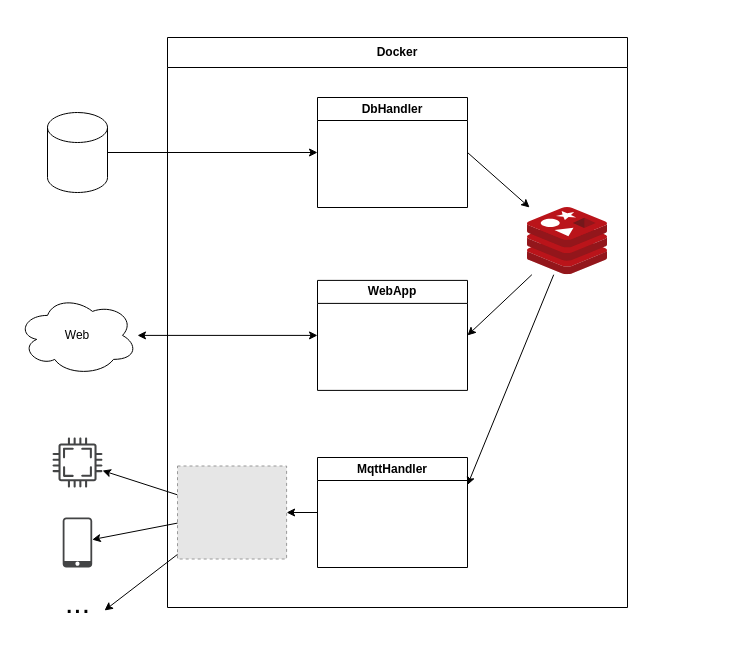
RavazziniAndrea/Tesi keeps this draw.io diagram as Diagrammi/DiagGenerale.drawio. Above is the earlier version. Source tidied: cells renumbered, new cells numbered last; positions are measured from the earlier drawing's top-left corner, leaving out a move shared by most shapes. Both pictures are drawn from the tidied source at 100%, with x=0, y=0 at pixel (17, 37). Pictures stored in the file or linked from it are replaced by grey dashed boxes.
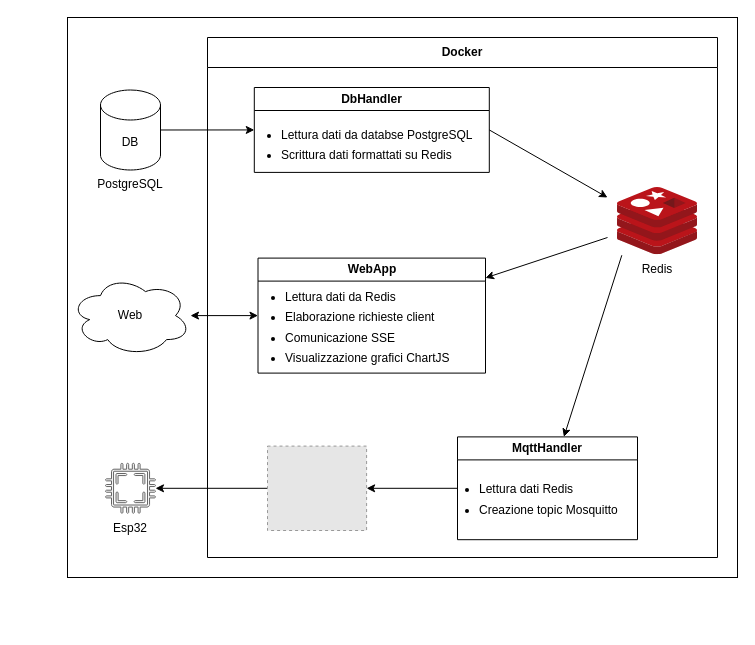
The same diagram, later.

What changed in the source:
```diff
@@
+    <mxCell id="22" style="rounded=0;whiteSpace=wrap;html=1;" parent="1" vertex="1">
+      <mxGeometry x="50" y="-20" width="670" height="560" as="geometry" />
+    </mxCell>
-    <mxCell id="2" style="shape=cylinder3;whiteSpace=wrap;html=1;boundedLbl=1;backgroundOutline=1;size=15;" parent="1" vertex="1">
-      <mxGeometry x="30" y="75" width="60" height="80" as="geometry" />
+    <mxCell id="2" value="DB" style="shape=cylinder3;whiteSpace=wrap;html=1;boundedLbl=1;backgroundOutline=1;size=15;" parent="1" vertex="1">
+      <mxGeometry x="83" y="52.5" width="60" height="80" as="geometry" />
     </mxCell>
@@
     <mxCell id="4" value="Web" style="ellipse;shape=cloud;whiteSpace=wrap;html=1;" parent="1" vertex="1">
-      <mxGeometry y="257.9" width="120" height="80" as="geometry" />
+      <mxGeometry x="53" y="238.1" width="120" height="80" as="geometry" />
     </mxCell>
@@
     <mxCell id="7" value="Docker" style="swimlane;whiteSpace=wrap;html=1;startSize=30;" parent="1" vertex="1">
-      <mxGeometry x="150" width="460" height="570" as="geometry" />
+      <mxGeometry x="190" width="510" height="520" as="geometry" />
     </mxCell>
     <mxCell id="8" value="DbHandler" style="swimlane;whiteSpace=wrap;html=1;" parent="7" vertex="1">
-      <mxGeometry x="150" y="60" width="150" height="110" as="geometry" />
+      <mxGeometry x="46.8" y="50" width="235" height="84.9" as="geometry" />
     </mxCell>
+    <mxCell id="23" value="&lt;ul style=&quot;line-height: 160%;&quot;&gt;&lt;li&gt;Lettura dati da databse PostgreSQL&lt;/li&gt;&lt;li&gt;Scrittura dati formattati su Redis&lt;/li&gt;&lt;/ul&gt;" style="text;html=1;align=left;verticalAlign=middle;strokeColor=none;fillColor=none;" parent="8" vertex="1">
+      <mxGeometry x="-15" y="17.9" width="250" height="80" as="geometry" />
+    </mxCell>
-    <mxCell id="9" style="endArrow=classic;html=1;rounded=0;exitX=1;exitY=0.5;exitDx=0;exitDy=0;" parent="7" edge="1" source="8" target="16">
-      <mxGeometry relative="1" as="geometry" />
+    <mxCell id="9" style="endArrow=classic;html=1;rounded=0;exitX=1;exitY=0.5;exitDx=0;exitDy=0;" parent="7" edge="1" source="8">
+      <mxGeometry relative="1" as="geometry">
+        <mxPoint x="400" y="160" as="targetPoint" />
+      </mxGeometry>
     </mxCell>
     <mxCell id="10" value="WebApp" style="swimlane;whiteSpace=wrap;html=1;" parent="7" vertex="1">
-      <mxGeometry x="150" y="242.9" width="150" height="110" as="geometry" />
+      <mxGeometry x="50.5" y="220.6" width="227.5" height="115" as="geometry" />
     </mxCell>
+    <mxCell id="24" value="&lt;ul style=&quot;line-height: 170%;&quot;&gt;&lt;li&gt;Lettura dati da Redis&lt;/li&gt;&lt;li&gt;Elaborazione richieste client&lt;/li&gt;&lt;li&gt;Comunicazione SSE&amp;nbsp;&lt;/li&gt;&lt;li&gt;Visualizzazione grafici ChartJS&lt;/li&gt;&lt;/ul&gt;" style="text;html=1;align=left;verticalAlign=middle;strokeColor=none;fillColor=none;spacingTop=0;spacing=0;spacingLeft=10;" parent="10" vertex="1">
+      <mxGeometry x="-22.5" y="14.8" width="230" height="110" as="geometry" />
+    </mxCell>
     <mxCell id="11" value="MqttHandler" style="swimlane;whiteSpace=wrap;html=1;" parent="7" vertex="1">
-      <mxGeometry x="150" y="420" width="150" height="110" as="geometry" />
+      <mxGeometry x="250" y="399.4" width="180" height="102.8" as="geometry" />
     </mxCell>
+    <mxCell id="25" value="&lt;ul style=&quot;line-height: 170%;&quot;&gt;&lt;li&gt;Lettura dati Redis&lt;/li&gt;&lt;li&gt;Creazione topic Mosquitto&lt;/li&gt;&lt;/ul&gt;" style="text;html=1;align=left;verticalAlign=middle;strokeColor=none;fillColor=none;" parent="11" vertex="1">
+      <mxGeometry x="-20" y="22.8" width="200" height="80" as="geometry" />
+    </mxCell>
-    <mxCell id="12" style="endArrow=classic;html=1;rounded=0;entryX=1;entryY=0.5;entryDx=0;entryDy=0;" parent="7" edge="1" source="16" target="10">
-      <mxGeometry relative="1" as="geometry" />
+    <mxCell id="12" style="endArrow=classic;html=1;rounded=0;" parent="7" edge="1" target="10">
+      <mxGeometry relative="1" as="geometry">
+        <mxPoint x="400" y="200" as="sourcePoint" />
+      </mxGeometry>
     </mxCell>
-    <mxCell id="13" style="endArrow=classic;html=1;rounded=0;entryX=1;entryY=0.25;entryDx=0;entryDy=0;" parent="7" edge="1" source="16" target="11">
+    <mxCell id="13" style="endArrow=classic;html=1;rounded=0;exitX=0.054;exitY=1.008;exitDx=0;exitDy=0;exitPerimeter=0;" parent="7" edge="1" source="16" target="11">
       <mxGeometry relative="1" as="geometry" />
     </mxCell>
     <mxCell id="14" style="fillColor=#E6E6E6;strokeColor=#999999;dashed=1;verticalLabelPosition=bottom;verticalAlign=top;" parent="7" vertex="1">
-      <mxGeometry x="10" y="428.5" width="109.1" height="93" as="geometry" />
+      <mxGeometry x="60" y="408.6" width="99.1" height="84.4" as="geometry" />
     </mxCell>
@@
+    <mxCell id="26" style="group;" parent="7" vertex="1">
+      <mxGeometry x="410" y="150" width="80" height="97.2" as="geometry" />
+    </mxCell>
-    <mxCell id="16" style="image;sketch=0;html=1;points=[];align=center;fontSize=12;image=img/lib/mscae/Cache_Redis_Product.svg;" parent="7" vertex="1">
-      <mxGeometry x="360" y="170" width="80" height="67.2" as="geometry" />
+    <mxCell id="16" style="image;sketch=0;html=1;points=[];align=center;fontSize=12;image=img/lib/mscae/Cache_Redis_Product.svg;" parent="26" vertex="1">
+      <mxGeometry width="80" height="67.2" as="geometry" />
     </mxCell>
+    <mxCell id="27" value="Redis" style="text;html=1;strokeColor=none;fillColor=none;align=center;verticalAlign=middle;whiteSpace=wrap;rounded=0;" parent="26" vertex="1">
+      <mxGeometry x="10" y="67.2" width="60" height="30" as="geometry" />
+    </mxCell>
-    <mxCell id="17" style="sketch=0;shadow=0;dashed=0;html=1;strokeColor=none;fillColor=#434445;labelPosition=center;verticalLabelPosition=bottom;verticalAlign=top;align=center;outlineConnect=0;shape=mxgraph.vvd.cpu;" parent="1" vertex="1">
-      <mxGeometry x="35" y="400" width="50" height="50" as="geometry" />
+    <mxCell id="17" style="sketch=0;shadow=0;dashed=0;html=1;strokeColor=#666666;fillColor=#f5f5f5;labelPosition=center;verticalLabelPosition=bottom;verticalAlign=top;align=center;outlineConnect=0;shape=mxgraph.vvd.cpu;fontColor=#333333;" parent="1" vertex="1">
+      <mxGeometry x="88" y="425.8" width="50" height="50" as="geometry" />
     </mxCell>
-    <mxCell id="18" style="sketch=0;shadow=0;dashed=0;html=1;strokeColor=none;fillColor=#434445;labelPosition=center;verticalLabelPosition=bottom;verticalAlign=top;align=center;outlineConnect=0;shape=mxgraph.vvd.phone;" parent="1" vertex="1">
-      <mxGeometry x="45.2" y="480" width="29.5" height="50" as="geometry" />
-    </mxCell>
-    <mxCell id="19" style="endArrow=classic;html=1;rounded=0;" parent="1" edge="1" source="14" target="18">
-      <mxGeometry relative="1" as="geometry" />
-    </mxCell>
-    <mxCell id="20" style="endArrow=classic;html=1;rounded=0;entryX=1.04;entryY=0.66;entryDx=0;entryDy=0;entryPerimeter=0;" parent="1" edge="1" source="14" target="21">
-      <mxGeometry relative="1" as="geometry" />
-    </mxCell>
-    <mxCell id="21" value="&lt;font style=&quot;font-size: 30px;&quot;&gt;...&lt;/font&gt;" style="text;html=1;align=center;verticalAlign=middle;points=[];strokeColor=none;fillColor=none;" parent="1" vertex="1">
-      <mxGeometry x="35" y="540" width="50" height="50" as="geometry" />
-    </mxCell>
+    <mxCell id="28" value="PostgreSQL" style="text;html=1;strokeColor=none;fillColor=none;align=center;verticalAlign=middle;whiteSpace=wrap;rounded=0;" parent="1" vertex="1">
+      <mxGeometry x="83" y="132.4" width="60" height="30" as="geometry" />
+    </mxCell>
+    <mxCell id="29" value="Esp32" style="text;html=1;strokeColor=none;fillColor=none;align=center;verticalAlign=middle;whiteSpace=wrap;rounded=0;" parent="1" vertex="1">
+      <mxGeometry x="83" y="475.8" width="60" height="30" as="geometry" />
+    </mxCell>
```
